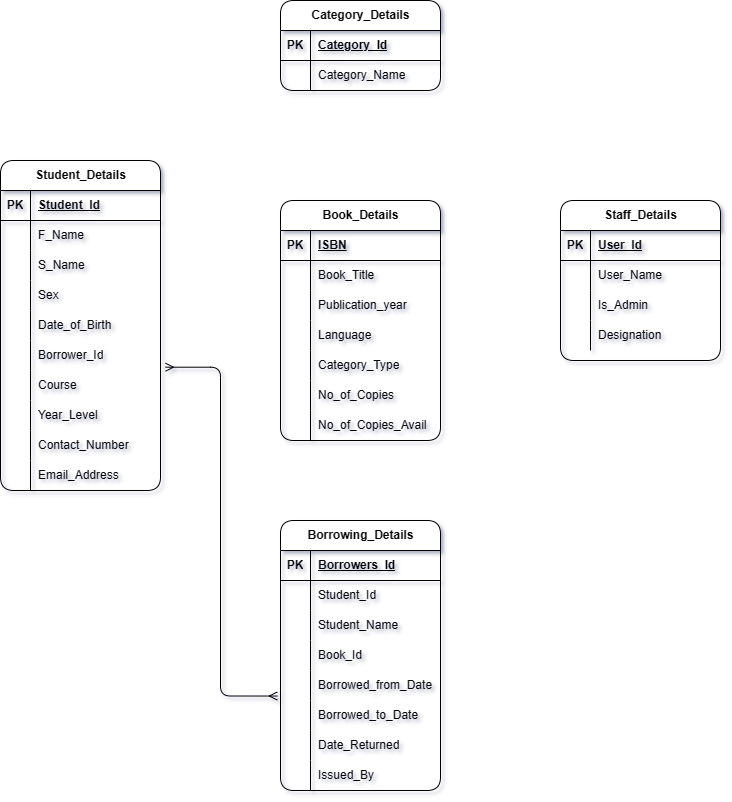
This is ERP.png from Jayrou12345/Flowchart, a draw.io export, as it was before one commit. Source tidied: cells renumbered, new cells last; positions are measured from the earlier drawing's top-left corner, leaving out a move shared by most shapes.
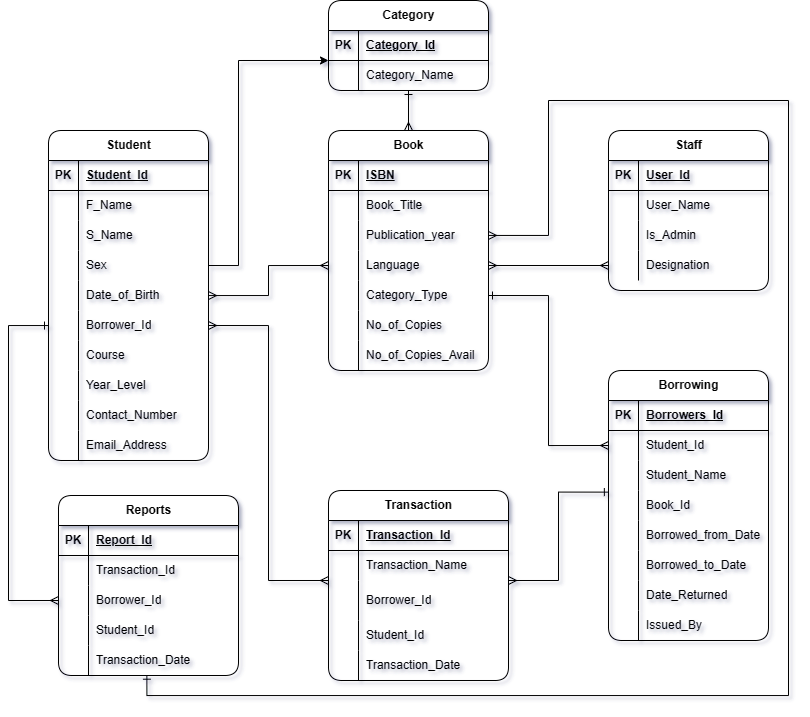
After the commit.

The edit, as a diff of the source:
```diff
@@ -2,7 +2,7 @@
   <root>
     <mxCell id="0" />
     <mxCell id="1" parent="0" />
-    <mxCell id="2" value="Book_Details" style="shape=table;startSize=30;rowLines=0;fontStyle=1;align=center;html=1;rounded=1;labelBackgroundColor=none;" parent="1" vertex="1">
+    <mxCell id="2" value="Book" style="shape=table;startSize=30;rowLines=0;fontStyle=1;align=center;html=1;rounded=1;labelBackgroundColor=none;" parent="1" vertex="1">
       <mxGeometry x="280" y="200" width="160" height="240" as="geometry" />
     </mxCell>
     <mxCell id="3" style="shape=tableRow;horizontal=0;startSize=0;swimlaneHead=0;swimlaneBody=0;fillColor=none;top=0;left=0;right=0;bottom=1;rounded=1;labelBackgroundColor=none;" parent="2" vertex="1">
@@ -68,8 +68,11 @@
     <mxCell id="23" value="No_of_Copies_Avail" style="shape=partialRectangle;fillColor=none;top=0;left=0;bottom=0;right=0;align=left;spacingLeft=6;overflow=hidden;whiteSpace=wrap;html=1;rounded=1;labelBackgroundColor=none;" parent="21" vertex="1">
       <mxGeometry x="30" width="130" height="30" as="geometry" />
     </mxCell>
+    <mxCell id="101" style="edgeStyle=orthogonalEdgeStyle;rounded=0;jettySize=auto;html=1;entryX=0.5;entryY=0;entryDx=0;entryDy=0;startArrow=ERone;startFill=0;endArrow=ERmany;endFill=0;" parent="1" edge="1" source="24" target="2">
+      <mxGeometry relative="1" as="geometry" />
+    </mxCell>
-    <mxCell id="24" value="Category_Details" style="shape=table;startSize=30;rowLines=0;fontStyle=1;align=center;html=1;rounded=1;labelBackgroundColor=none;" parent="1" vertex="1">
-      <mxGeometry x="280" width="160" height="90" as="geometry" />
+    <mxCell id="24" value="Category" style="shape=table;startSize=30;rowLines=0;fontStyle=1;align=center;html=1;rounded=1;labelBackgroundColor=none;" parent="1" vertex="1">
+      <mxGeometry x="280" y="70" width="160" height="90" as="geometry" />
     </mxCell>
     <mxCell id="25" style="shape=tableRow;horizontal=0;startSize=0;swimlaneHead=0;swimlaneBody=0;fillColor=none;top=0;left=0;right=0;bottom=1;rounded=1;labelBackgroundColor=none;" parent="24" vertex="1">
       <mxGeometry y="30" width="160" height="30" as="geometry" />
@@ -89,8 +92,8 @@
     <mxCell id="30" value="Category_Name" style="shape=partialRectangle;fillColor=none;top=0;left=0;bottom=0;right=0;align=left;spacingLeft=6;overflow=hidden;whiteSpace=wrap;html=1;rounded=1;labelBackgroundColor=none;" parent="28" vertex="1">
       <mxGeometry x="30" width="130" height="30" as="geometry" />
     </mxCell>
-    <mxCell id="31" value="Borrowing_Details" style="shape=table;startSize=30;rowLines=0;fontStyle=1;align=center;html=1;rounded=1;labelBackgroundColor=none;" parent="1" vertex="1">
-      <mxGeometry x="280" y="520" width="160" height="270" as="geometry" />
+    <mxCell id="31" value="Borrowing" style="shape=table;startSize=30;rowLines=0;fontStyle=1;align=center;html=1;rounded=1;labelBackgroundColor=none;" parent="1" vertex="1">
+      <mxGeometry x="560" y="440" width="160" height="270" as="geometry" />
     </mxCell>
     <mxCell id="32" style="shape=tableRow;horizontal=0;startSize=0;swimlaneHead=0;swimlaneBody=0;fillColor=none;top=0;left=0;right=0;bottom=1;rounded=1;labelBackgroundColor=none;" parent="31" vertex="1">
       <mxGeometry y="30" width="160" height="30" as="geometry" />
@@ -164,7 +167,7 @@
     <mxCell id="55" value="Issued_By" style="shape=partialRectangle;fillColor=none;top=0;left=0;bottom=0;right=0;align=left;spacingLeft=6;overflow=hidden;whiteSpace=wrap;html=1;rounded=1;labelBackgroundColor=none;" parent="53" vertex="1">
       <mxGeometry x="30" width="130" height="30" as="geometry" />
     </mxCell>
-    <mxCell id="56" value="Staff_Details" style="shape=table;startSize=30;rowLines=0;fontStyle=1;align=center;html=1;rounded=1;labelBackgroundColor=none;" parent="1" vertex="1">
+    <mxCell id="56" value="Staff" style="shape=table;startSize=30;rowLines=0;fontStyle=1;align=center;html=1;rounded=1;labelBackgroundColor=none;" parent="1" vertex="1">
       <mxGeometry x="560" y="200" width="160" height="160" as="geometry" />
     </mxCell>
     <mxCell id="57" style="shape=tableRow;horizontal=0;startSize=0;swimlaneHead=0;swimlaneBody=0;fillColor=none;top=0;left=0;right=0;bottom=1;rounded=1;labelBackgroundColor=none;" parent="56" vertex="1">
@@ -203,8 +206,8 @@
     <mxCell id="68" value="Designation" style="shape=partialRectangle;fillColor=none;top=0;left=0;bottom=0;right=0;align=left;spacingLeft=6;overflow=hidden;whiteSpace=wrap;html=1;rounded=1;labelBackgroundColor=none;" parent="66" vertex="1">
       <mxGeometry x="30" width="130" height="30" as="geometry" />
     </mxCell>
-    <mxCell id="69" value="Student_Details" style="shape=table;startSize=30;rowLines=0;fontStyle=1;align=center;html=1;rounded=1;labelBackgroundColor=none;" parent="1" vertex="1">
-      <mxGeometry y="160" width="160" height="330" as="geometry" />
+    <mxCell id="69" value="Student" style="shape=table;startSize=30;rowLines=0;fontStyle=1;align=center;html=1;rounded=1;labelBackgroundColor=none;" parent="1" vertex="1">
+      <mxGeometry y="200" width="160" height="330" as="geometry" />
     </mxCell>
     <mxCell id="70" style="shape=tableRow;horizontal=0;startSize=0;swimlaneHead=0;swimlaneBody=0;fillColor=none;top=0;left=0;right=0;bottom=1;rounded=1;labelBackgroundColor=none;" parent="69" vertex="1">
       <mxGeometry y="30" width="160" height="30" as="geometry" />
@@ -296,8 +299,162 @@
     <mxCell id="99" value="Email_Address" style="shape=partialRectangle;fillColor=none;top=0;left=0;bottom=0;right=0;align=left;spacingLeft=6;overflow=hidden;whiteSpace=wrap;html=1;rounded=1;labelBackgroundColor=none;" parent="97" vertex="1">
       <mxGeometry x="30" width="130" height="30" as="geometry" />
     </mxCell>
-    <mxCell id="100" style="edgeStyle=orthogonalEdgeStyle;rounded=1;hachureGap=4;jettySize=auto;html=1;entryX=-0.02;entryY=-0.149;entryDx=0;entryDy=0;entryPerimeter=0;fontFamily=Helvetica;fontSize=16;labelBackgroundColor=none;fontColor=default;startArrow=ERmany;startFill=0;endArrow=ERmany;endFill=0;exitX=1.031;exitY=-0.11;exitDx=0;exitDy=0;exitPerimeter=0;" parent="1" edge="1" source="88" target="47">
-      <mxGeometry relative="1" as="geometry" />
-    </mxCell>
+    <mxCell id="102" value="Transaction" style="shape=table;startSize=30;rowLines=0;fontStyle=1;align=center;html=1;rounded=1;" parent="1" vertex="1">
+      <mxGeometry x="280" y="560" width="180" height="190" as="geometry" />
+    </mxCell>
+    <mxCell id="103" style="shape=tableRow;horizontal=0;startSize=0;swimlaneHead=0;swimlaneBody=0;fillColor=none;top=0;left=0;right=0;bottom=1;" parent="102" vertex="1">
+      <mxGeometry y="30" width="180" height="30" as="geometry" />
+    </mxCell>
+    <mxCell id="104" value="PK" style="shape=partialRectangle;fillColor=none;top=0;left=0;bottom=0;right=0;fontStyle=1;overflow=hidden;whiteSpace=wrap;html=1;" parent="103" vertex="1">
+      <mxGeometry width="30" height="30" as="geometry" />
+    </mxCell>
+    <mxCell id="105" value="Transaction_Id" style="shape=partialRectangle;fillColor=none;top=0;left=0;bottom=0;right=0;align=left;spacingLeft=6;fontStyle=5;overflow=hidden;whiteSpace=wrap;html=1;" parent="103" vertex="1">
+      <mxGeometry x="30" width="150" height="30" as="geometry" />
+    </mxCell>
+    <mxCell id="106" style="shape=tableRow;horizontal=0;startSize=0;swimlaneHead=0;swimlaneBody=0;fillColor=none;top=0;left=0;right=0;bottom=0;" parent="102" vertex="1">
+      <mxGeometry y="60" width="180" height="30" as="geometry" />
+    </mxCell>
+    <mxCell id="107" style="shape=partialRectangle;fillColor=none;top=0;left=0;bottom=0;right=0;overflow=hidden;whiteSpace=wrap;html=1;" parent="106" vertex="1">
+      <mxGeometry width="30" height="30" as="geometry" />
+    </mxCell>
+    <mxCell id="108" value="Transaction_Name" style="shape=partialRectangle;fillColor=none;top=0;left=0;bottom=0;right=0;align=left;spacingLeft=6;overflow=hidden;whiteSpace=wrap;html=1;" parent="106" vertex="1">
+      <mxGeometry x="30" width="150" height="30" as="geometry" />
+    </mxCell>
+    <mxCell id="109" style="shape=tableRow;horizontal=0;startSize=0;swimlaneHead=0;swimlaneBody=0;fillColor=none;points=[[0,0.5],[1,0.5]];portConstraint=eastwest;top=0;left=0;right=0;bottom=0;" parent="102" vertex="1">
+      <mxGeometry y="90" width="180" height="40" as="geometry" />
+    </mxCell>
+    <mxCell id="110" style="shape=partialRectangle;fillColor=none;top=0;left=0;bottom=0;right=0;overflow=hidden;whiteSpace=wrap;html=1;" parent="109" vertex="1">
+      <mxGeometry width="30" height="40" as="geometry" />
+    </mxCell>
+    <mxCell id="111" value="Borrower_Id" style="shape=partialRectangle;fillColor=none;top=0;left=0;bottom=0;right=0;align=left;spacingLeft=6;overflow=hidden;whiteSpace=wrap;html=1;" parent="109" vertex="1">
+      <mxGeometry x="30" width="150" height="40" as="geometry" />
+    </mxCell>
+    <mxCell id="112" style="shape=tableRow;horizontal=0;startSize=0;swimlaneHead=0;swimlaneBody=0;fillColor=none;top=0;left=0;right=0;bottom=0;" parent="102" vertex="1">
+      <mxGeometry y="130" width="180" height="30" as="geometry" />
+    </mxCell>
+    <mxCell id="113" style="shape=partialRectangle;fillColor=none;top=0;left=0;bottom=0;right=0;overflow=hidden;whiteSpace=wrap;html=1;" parent="112" vertex="1">
+      <mxGeometry width="30" height="30" as="geometry" />
+    </mxCell>
+    <mxCell id="114" value="Student_Id" style="shape=partialRectangle;fillColor=none;top=0;left=0;bottom=0;right=0;align=left;spacingLeft=6;overflow=hidden;whiteSpace=wrap;html=1;" parent="112" vertex="1">
+      <mxGeometry x="30" width="150" height="30" as="geometry" />
+    </mxCell>
+    <mxCell id="115" style="shape=tableRow;horizontal=0;startSize=0;swimlaneHead=0;swimlaneBody=0;fillColor=none;top=0;left=0;right=0;bottom=0;" parent="102" vertex="1">
+      <mxGeometry y="160" width="180" height="30" as="geometry" />
+    </mxCell>
+    <mxCell id="116" style="shape=partialRectangle;fillColor=none;top=0;left=0;bottom=0;right=0;overflow=hidden;whiteSpace=wrap;html=1;" parent="115" vertex="1">
+      <mxGeometry width="30" height="30" as="geometry" />
+    </mxCell>
+    <mxCell id="117" value="Transaction_Date" style="shape=partialRectangle;fillColor=none;top=0;left=0;bottom=0;right=0;align=left;spacingLeft=6;overflow=hidden;whiteSpace=wrap;html=1;" parent="115" vertex="1">
+      <mxGeometry x="30" width="150" height="30" as="geometry" />
+    </mxCell>
+    <mxCell id="118" style="edgeStyle=orthogonalEdgeStyle;rounded=0;jettySize=auto;html=1;entryX=0;entryY=0.5;entryDx=0;entryDy=0;startArrow=ERmany;startFill=0;endArrow=ERmany;endFill=0;" parent="1" edge="1" source="82" target="12">
+      <mxGeometry relative="1" as="geometry" />
+    </mxCell>
+    <mxCell id="119" value="Reports" style="shape=table;startSize=30;rowLines=0;fontStyle=1;align=center;html=1;rounded=1;" parent="1" vertex="1">
+      <mxGeometry x="10" y="565" width="180" height="180" as="geometry" />
+    </mxCell>
+    <mxCell id="120" style="shape=tableRow;horizontal=0;startSize=0;swimlaneHead=0;swimlaneBody=0;fillColor=none;top=0;left=0;right=0;bottom=1;" parent="119" vertex="1">
+      <mxGeometry y="30" width="180" height="30" as="geometry" />
+    </mxCell>
+    <mxCell id="121" value="PK" style="shape=partialRectangle;fillColor=none;top=0;left=0;bottom=0;right=0;fontStyle=1;overflow=hidden;whiteSpace=wrap;html=1;" parent="120" vertex="1">
+      <mxGeometry width="30" height="30" as="geometry" />
+    </mxCell>
+    <mxCell id="122" value="Report_Id" style="shape=partialRectangle;fillColor=none;top=0;left=0;bottom=0;right=0;align=left;spacingLeft=6;fontStyle=5;overflow=hidden;whiteSpace=wrap;html=1;" parent="120" vertex="1">
+      <mxGeometry x="30" width="150" height="30" as="geometry" />
+    </mxCell>
+    <mxCell id="123" style="shape=tableRow;horizontal=0;startSize=0;swimlaneHead=0;swimlaneBody=0;fillColor=none;top=0;left=0;right=0;bottom=0;" parent="119" vertex="1">
+      <mxGeometry y="60" width="180" height="30" as="geometry" />
+    </mxCell>
+    <mxCell id="124" style="shape=partialRectangle;fillColor=none;top=0;left=0;bottom=0;right=0;overflow=hidden;whiteSpace=wrap;html=1;" parent="123" vertex="1">
+      <mxGeometry width="30" height="30" as="geometry" />
+    </mxCell>
+    <mxCell id="125" value="Transaction_Id" style="shape=partialRectangle;fillColor=none;top=0;left=0;bottom=0;right=0;align=left;spacingLeft=6;overflow=hidden;whiteSpace=wrap;html=1;" parent="123" vertex="1">
+      <mxGeometry x="30" width="150" height="30" as="geometry" />
+    </mxCell>
+    <mxCell id="126" style="shape=tableRow;horizontal=0;startSize=0;swimlaneHead=0;swimlaneBody=0;fillColor=none;points=[[0,0.5],[1,0.5]];portConstraint=eastwest;top=0;left=0;right=0;bottom=0;" parent="119" vertex="1">
+      <mxGeometry y="90" width="180" height="30" as="geometry" />
+    </mxCell>
+    <mxCell id="127" style="shape=partialRectangle;fillColor=none;top=0;left=0;bottom=0;right=0;overflow=hidden;whiteSpace=wrap;html=1;" parent="126" vertex="1">
+      <mxGeometry width="30" height="30" as="geometry" />
+    </mxCell>
+    <mxCell id="128" value="Borrower_Id" style="shape=partialRectangle;fillColor=none;top=0;left=0;bottom=0;right=0;align=left;spacingLeft=6;overflow=hidden;whiteSpace=wrap;html=1;" parent="126" vertex="1">
+      <mxGeometry x="30" width="150" height="30" as="geometry" />
+    </mxCell>
+    <mxCell id="129" style="shape=tableRow;horizontal=0;startSize=0;swimlaneHead=0;swimlaneBody=0;fillColor=none;top=0;left=0;right=0;bottom=0;" parent="119" vertex="1">
+      <mxGeometry y="120" width="180" height="30" as="geometry" />
+    </mxCell>
+    <mxCell id="130" style="shape=partialRectangle;fillColor=none;top=0;left=0;bottom=0;right=0;overflow=hidden;whiteSpace=wrap;html=1;" parent="129" vertex="1">
+      <mxGeometry width="30" height="30" as="geometry" />
+    </mxCell>
+    <mxCell id="131" value="Student_Id" style="shape=partialRectangle;fillColor=none;top=0;left=0;bottom=0;right=0;align=left;spacingLeft=6;overflow=hidden;whiteSpace=wrap;html=1;" parent="129" vertex="1">
+      <mxGeometry x="30" width="150" height="30" as="geometry" />
+    </mxCell>
+    <mxCell id="132" style="shape=tableRow;horizontal=0;startSize=0;swimlaneHead=0;swimlaneBody=0;fillColor=none;points=[[0,0.5],[1,0.5]];portConstraint=eastwest;top=0;left=0;right=0;bottom=0;" parent="119" vertex="1">
+      <mxGeometry y="150" width="180" height="30" as="geometry" />
+    </mxCell>
+    <mxCell id="133" style="shape=partialRectangle;fillColor=none;top=0;left=0;bottom=0;right=0;overflow=hidden;whiteSpace=wrap;html=1;" parent="132" vertex="1">
+      <mxGeometry width="30" height="30" as="geometry" />
+    </mxCell>
+    <mxCell id="134" value="Transaction_Date" style="shape=partialRectangle;fillColor=none;top=0;left=0;bottom=0;right=0;align=left;spacingLeft=6;overflow=hidden;whiteSpace=wrap;html=1;" parent="132" vertex="1">
+      <mxGeometry x="30" width="150" height="30" as="geometry" />
+    </mxCell>
+    <mxCell id="135" style="edgeStyle=orthogonalEdgeStyle;rounded=0;jettySize=auto;html=1;exitX=1;exitY=0.5;exitDx=0;exitDy=0;startArrow=ERmany;startFill=0;endArrow=ERmany;endFill=0;" parent="1" edge="1" source="85">
+      <mxGeometry relative="1" as="geometry">
+        <mxPoint x="280" y="650" as="targetPoint" />
+        <Array as="points">
+          <mxPoint x="220" y="395" />
+          <mxPoint x="220" y="650" />
+          <mxPoint x="280" y="650" />
+        </Array>
+      </mxGeometry>
+    </mxCell>
+    <mxCell id="136" style="edgeStyle=orthogonalEdgeStyle;rounded=0;jettySize=auto;html=1;entryX=0;entryY=0.5;entryDx=0;entryDy=0;startArrow=ERone;startFill=0;endArrow=ERmany;endFill=0;" parent="1" edge="1" source="85" target="126">
+      <mxGeometry relative="1" as="geometry">
+        <Array as="points">
+          <mxPoint x="-40" y="395" />
+          <mxPoint x="-40" y="670" />
+        </Array>
+      </mxGeometry>
+    </mxCell>
+    <mxCell id="137" style="edgeStyle=orthogonalEdgeStyle;rounded=0;jettySize=auto;html=1;entryX=-0.001;entryY=0.054;entryDx=0;entryDy=0;entryPerimeter=0;startArrow=ERmany;startFill=0;endArrow=ERone;endFill=0;" parent="1" edge="1" source="109" target="41">
+      <mxGeometry relative="1" as="geometry">
+        <Array as="points">
+          <mxPoint x="510" y="650" />
+          <mxPoint x="510" y="562" />
+        </Array>
+      </mxGeometry>
+    </mxCell>
+    <mxCell id="138" style="edgeStyle=orthogonalEdgeStyle;rounded=0;jettySize=auto;html=1;entryX=0;entryY=0.5;entryDx=0;entryDy=0;startArrow=ERone;startFill=0;endArrow=ERmany;endFill=0;exitX=1;exitY=0.5;exitDx=0;exitDy=0;" parent="1" edge="1" source="15" target="35">
+      <mxGeometry relative="1" as="geometry">
+        <Array as="points">
+          <mxPoint x="500" y="365" />
+          <mxPoint x="500" y="515" />
+        </Array>
+      </mxGeometry>
+    </mxCell>
+    <mxCell id="139" style="edgeStyle=orthogonalEdgeStyle;rounded=0;jettySize=auto;html=1;entryX=0.491;entryY=0.99;entryDx=0;entryDy=0;entryPerimeter=0;startArrow=ERmany;startFill=0;endArrow=ERone;endFill=0;" parent="1" edge="1" source="9" target="132">
+      <mxGeometry relative="1" as="geometry">
+        <Array as="points">
+          <mxPoint x="500" y="305" />
+          <mxPoint x="500" y="170" />
+          <mxPoint x="740" y="170" />
+          <mxPoint x="740" y="765" />
+          <mxPoint x="98" y="765" />
+        </Array>
+      </mxGeometry>
+    </mxCell>
+    <mxCell id="140" style="edgeStyle=orthogonalEdgeStyle;rounded=0;jettySize=auto;html=1;entryX=0;entryY=0.5;entryDx=0;entryDy=0;startArrow=ERmany;startFill=0;endArrow=ERmany;endFill=0;" parent="1" edge="1" source="12" target="66">
+      <mxGeometry relative="1" as="geometry" />
+    </mxCell>
+    <mxCell id="141" style="edgeStyle=orthogonalEdgeStyle;rounded=0;jettySize=auto;html=1;exitX=1;exitY=0.5;exitDx=0;exitDy=0;" parent="1" edge="1" source="79">
+      <mxGeometry relative="1" as="geometry">
+        <mxPoint x="280" y="130" as="targetPoint" />
+        <Array as="points">
+          <mxPoint x="190" y="335" />
+          <mxPoint x="190" y="130" />
+          <mxPoint x="280" y="130" />
+        </Array>
+      </mxGeometry>
+    </mxCell>
   </root>
 </mxGraphModel>
```
